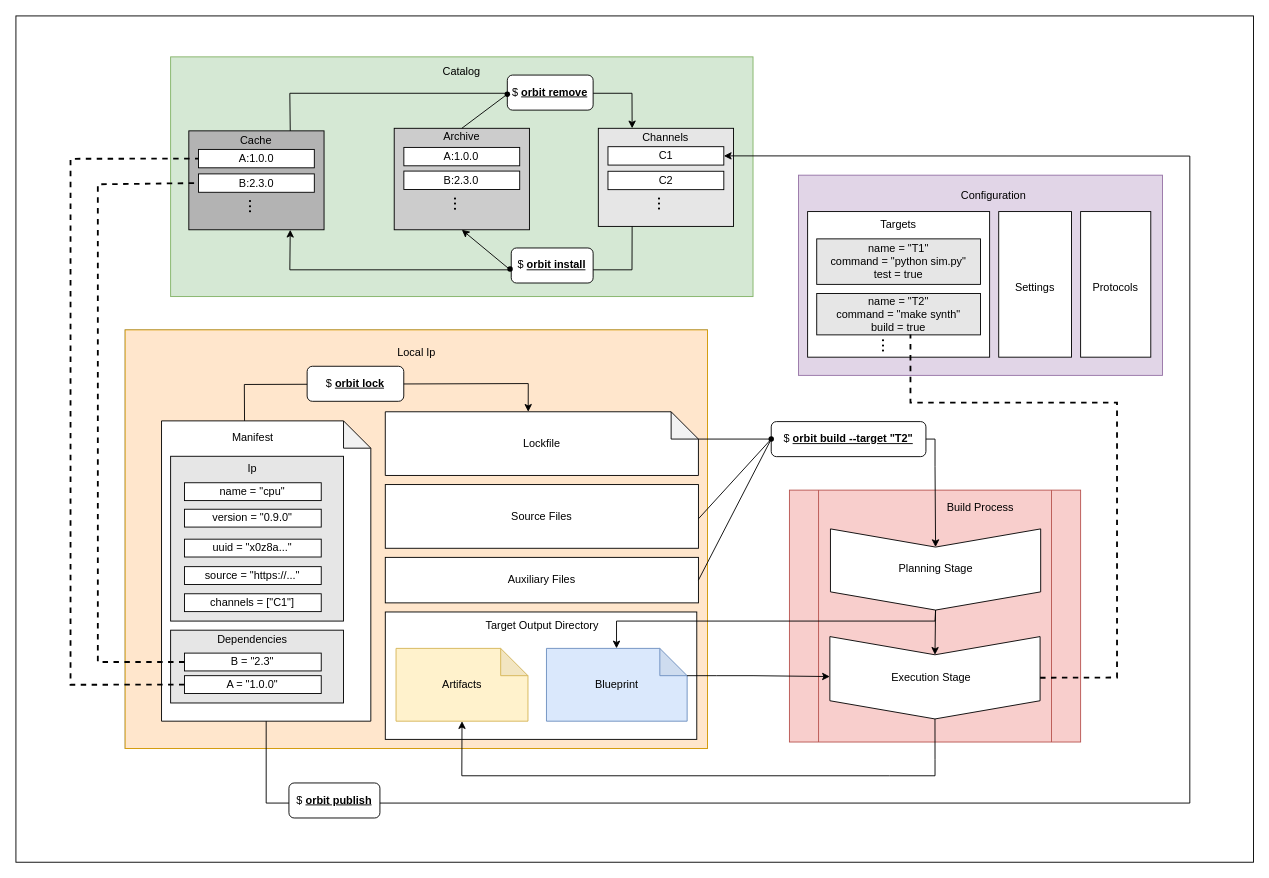
chaseruskin/orbit keeps this draw.io diagram as docs/src/diagrams/architecture.drawio. Above is the earlier version. Source tidied: cells renumbered, new cells numbered last; positions are measured from the earlier drawing's top-left corner, leaving out a move shared by most shapes. Both pictures are drawn from the tidied source at 91%, with x=0, y=0 at pixel (15, 15).
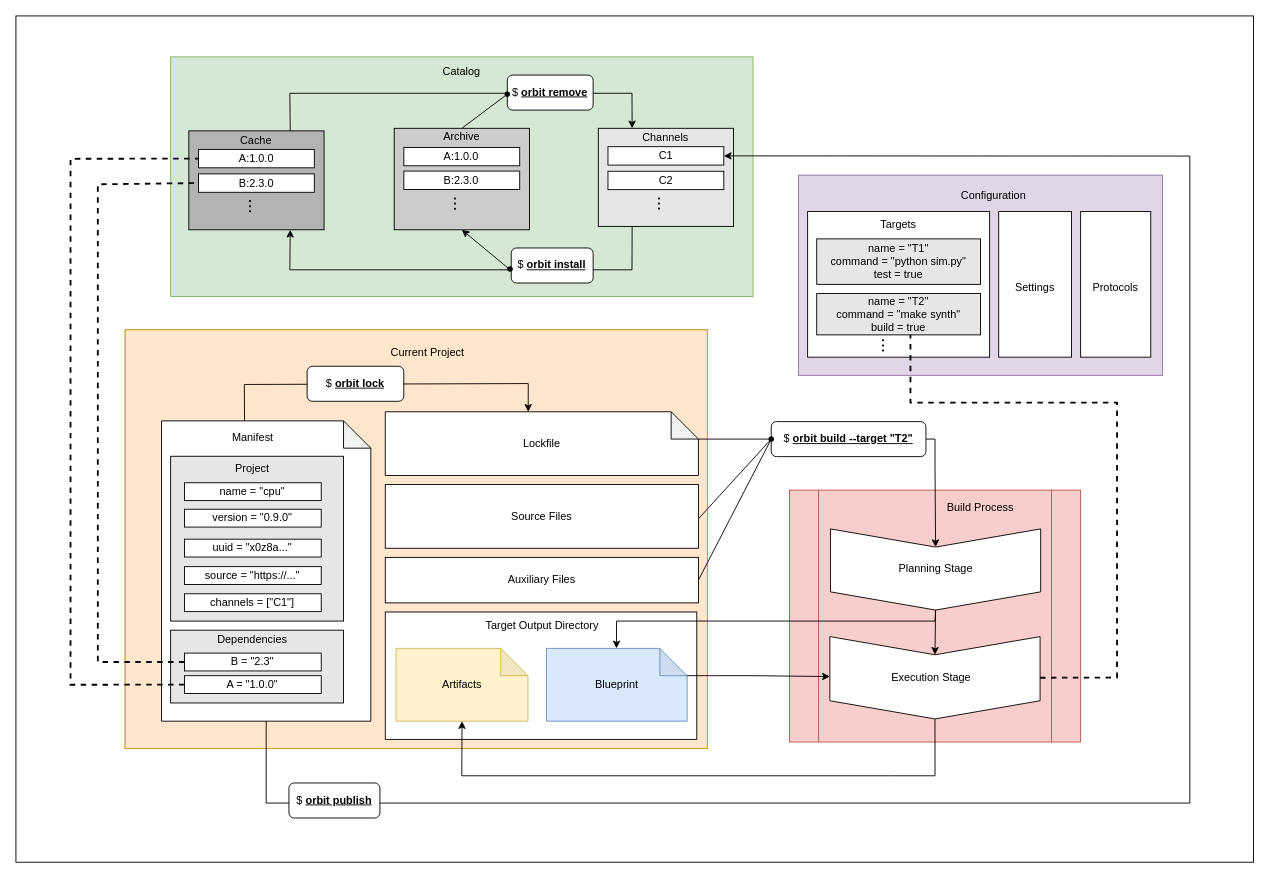
The same diagram, later.

Unchanged cells that the change refers to:
```xml
<mxCell id="4" style="group;fillColor=#dae8fc;strokeColor=#6c8ebf;" parent="3" vertex="1">
  <mxGeometry x="80" y="-60" width="640" height="460" as="geometry" />
</mxCell>
<mxCell id="13" style="group;" parent="4" vertex="1">
  <mxGeometry x="40" y="100" width="230" height="340" as="geometry" />
</mxCell>
```

The edit, as a diff of the source:
```diff
@@
-    <mxCell id="21" value="Ip" style="text;html=1;strokeColor=none;fillColor=none;align=center;verticalAlign=middle;whiteSpace=wrap;rounded=0;fontSize=12;" parent="13" vertex="1">
+    <mxCell id="21" value="Project" style="text;html=1;strokeColor=none;fillColor=none;align=center;verticalAlign=middle;whiteSpace=wrap;rounded=0;fontSize=12;" parent="13" vertex="1">
       <mxGeometry x="70.3" y="38.9" width="60" height="29.1" as="geometry" />
     </mxCell>
@@
-    <mxCell id="29" value="Local Ip" style="text;html=1;strokeColor=none;fillColor=none;align=center;verticalAlign=middle;whiteSpace=wrap;rounded=0;fontSize=12;" parent="4" vertex="1">
-      <mxGeometry x="284.6" y="10" width="70.8" height="30" as="geometry" />
+    <mxCell id="29" value="Current Project" style="text;html=1;strokeColor=none;fillColor=none;align=center;verticalAlign=middle;whiteSpace=wrap;rounded=0;fontSize=12;" parent="4" vertex="1">
+      <mxGeometry x="284.6" y="10" width="95.4" height="30" as="geometry" />
     </mxCell>
```
